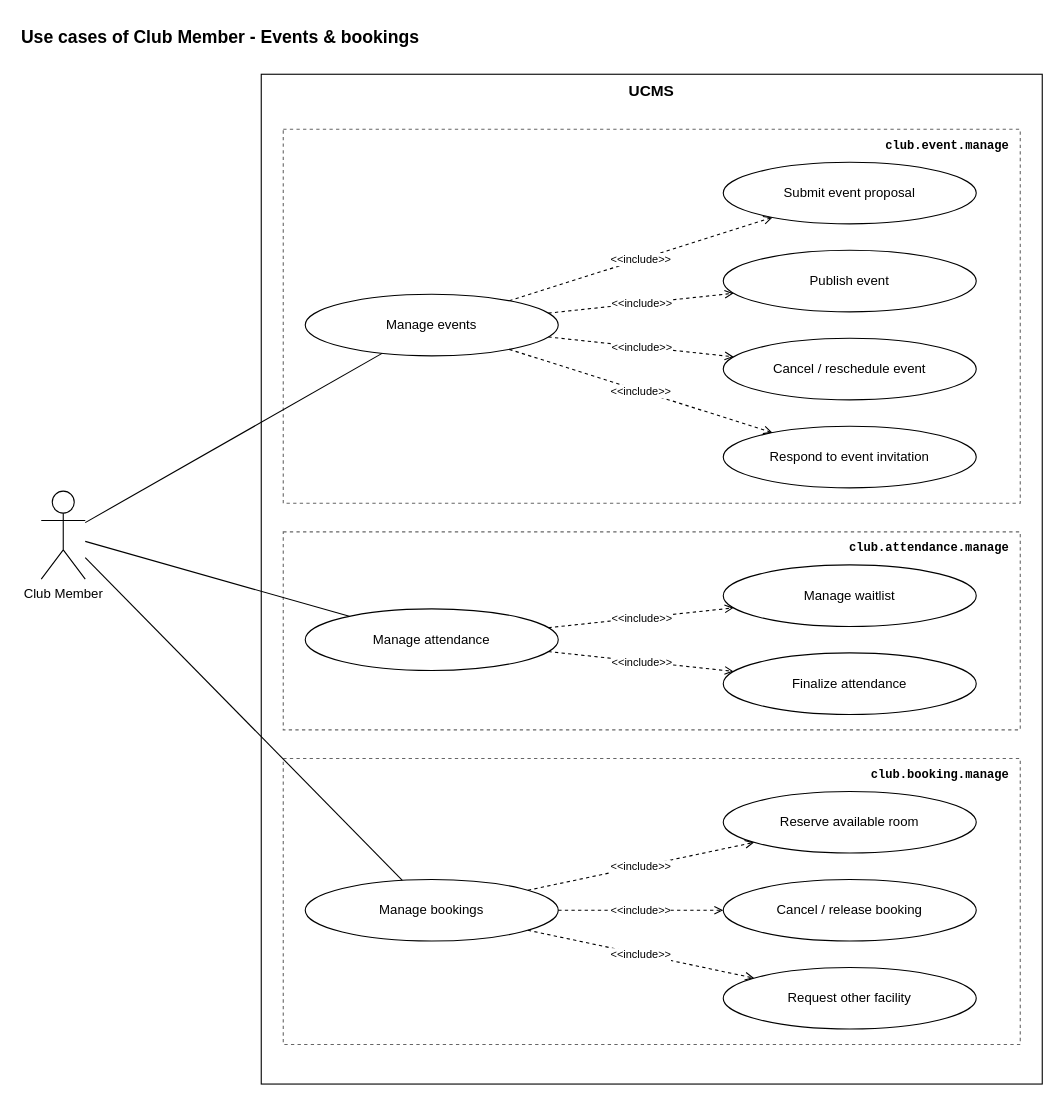
Earlier version of the draw.io diagram page "Club Member 2 - Events & bookings" (5 of 9) of docs/03-diagrams/UCMS_UseCase_ByActor.drawio (nvdekay/ClubManagementSystem). Source tidied: cells renumbered, new cells numbered last; positions are measured from the earlier drawing's top-left corner, leaving out a move shared by most shapes. Both pictures are drawn from the tidied source at 110%, with x=0, y=0 at pixel (19, 19).
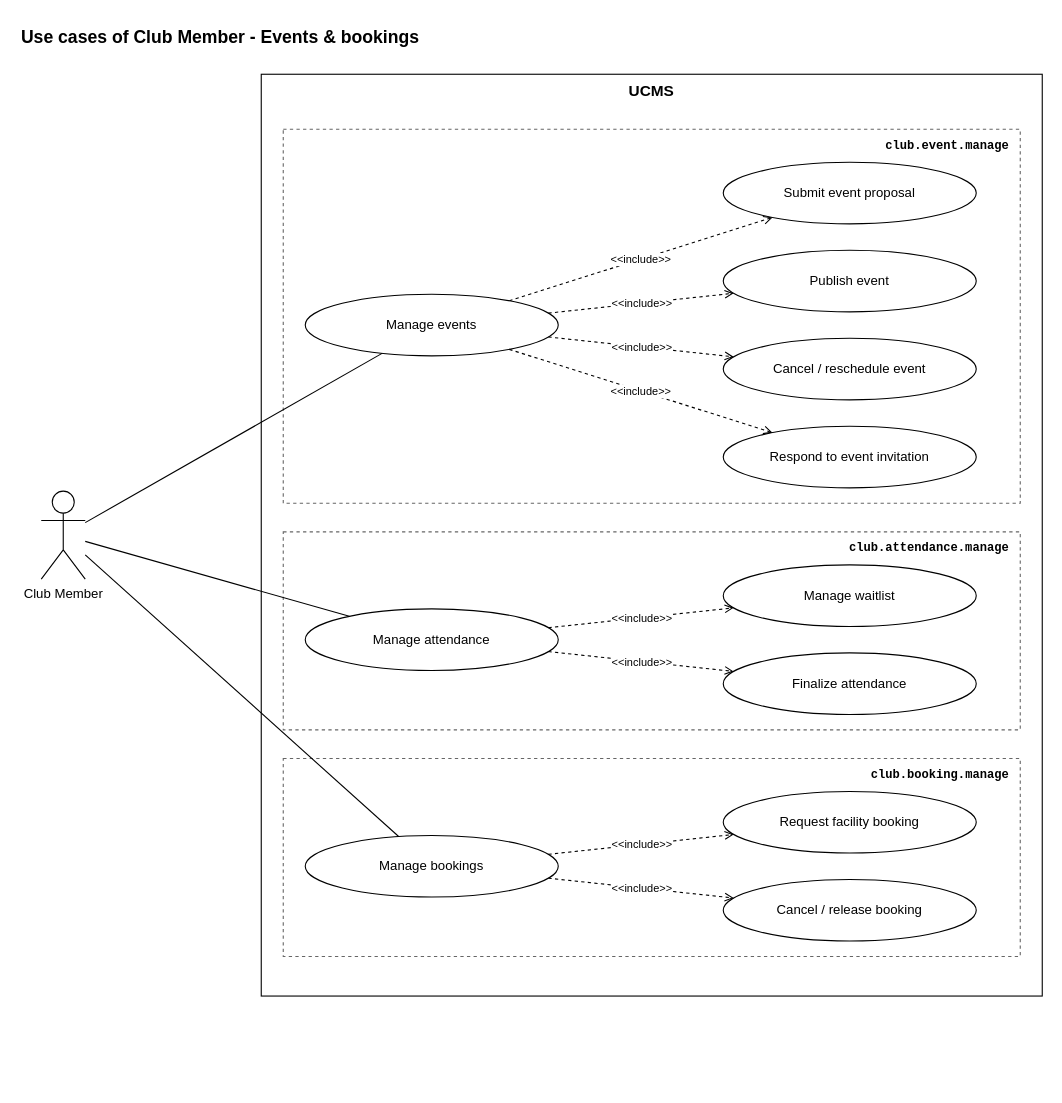
After the change.

What changed in the source:
```diff
@@
     <mxCell id="3" value="UCMS" style="rounded=0;whiteSpace=wrap;html=1;fillColor=none;strokeColor=#000000;verticalAlign=top;fontStyle=1;fontSize=14;" parent="1" vertex="1">
-      <mxGeometry x="220" y="50" width="710" height="918" as="geometry" />
+      <mxGeometry x="220" y="50" width="710" height="838" as="geometry" />
     </mxCell>
@@
     <mxCell id="7" value="club.booking.manage" style="rounded=0;whiteSpace=wrap;html=1;fillColor=none;strokeColor=#666666;dashed=1;verticalAlign=top;align=right;spacingRight=8;spacingTop=2;fontSize=11;fontFamily=Courier New;fontStyle=1;" parent="1" vertex="1">
-      <mxGeometry x="240" y="672" width="670" height="260" as="geometry" />
+      <mxGeometry x="240" y="672" width="670" height="180" as="geometry" />
     </mxCell>
@@
     <mxCell id="24" value="Manage bookings" style="ellipse;whiteSpace=wrap;html=1;fillColor=#ffffff;strokeColor=#000000;fontSize=12;" parent="1" vertex="1">
-      <mxGeometry x="260" y="782" width="230" height="56" as="geometry" />
+      <mxGeometry x="260" y="742" width="230" height="56" as="geometry" />
     </mxCell>
@@
-    <mxCell id="26" value="Reserve available room" style="ellipse;whiteSpace=wrap;html=1;fillColor=#ffffff;strokeColor=#000000;fontSize=12;" parent="1" vertex="1">
-      <mxGeometry x="640" y="702" width="230" height="56" as="geometry" />
-    </mxCell>
-    <mxCell id="27" value="&amp;lt;&amp;lt;include&amp;gt;&amp;gt;" style="endArrow=open;dashed=1;html=1;strokeColor=#000000;fontSize=10;labelBackgroundColor=#ffffff;" parent="1" edge="1" source="24" target="26">
-      <mxGeometry relative="1" as="geometry" />
-    </mxCell>
@@
-    <mxCell id="30" value="Request other facility" style="ellipse;whiteSpace=wrap;html=1;fillColor=#ffffff;strokeColor=#000000;fontSize=12;" parent="1" vertex="1">
-      <mxGeometry x="640" y="862" width="230" height="56" as="geometry" />
+    <mxCell id="30" value="Request facility booking" style="ellipse;whiteSpace=wrap;html=1;fillColor=#ffffff;strokeColor=#000000;fontSize=12;" parent="1" vertex="1">
+      <mxGeometry x="640" y="702" width="230" height="56" as="geometry" />
     </mxCell>
```
